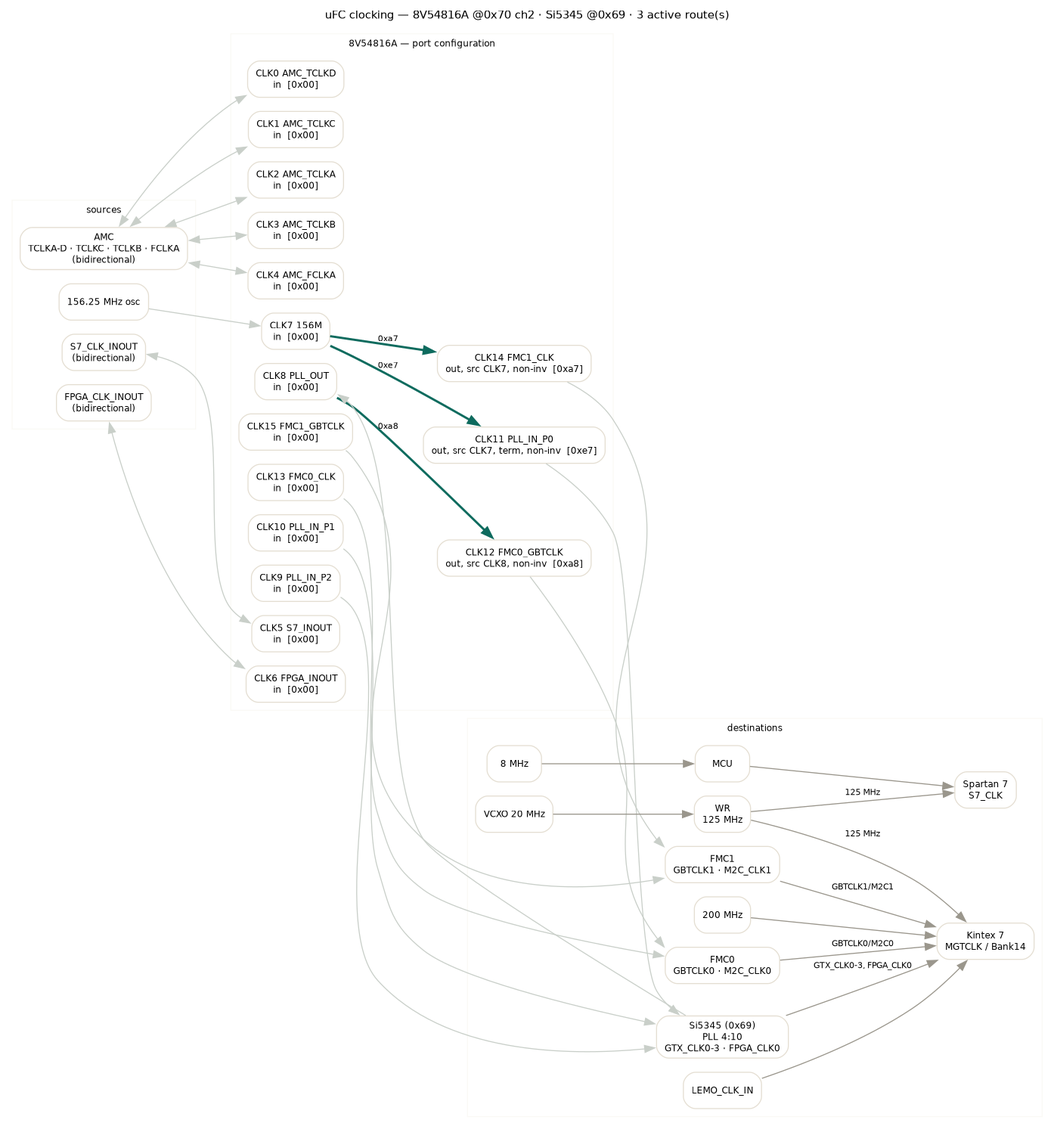
palzhj/openMMC_uFC keeps this Graphviz diagram as docs/clocking.png. Above is the earlier version. Its source is kept beside it as docs/clocking.dot.
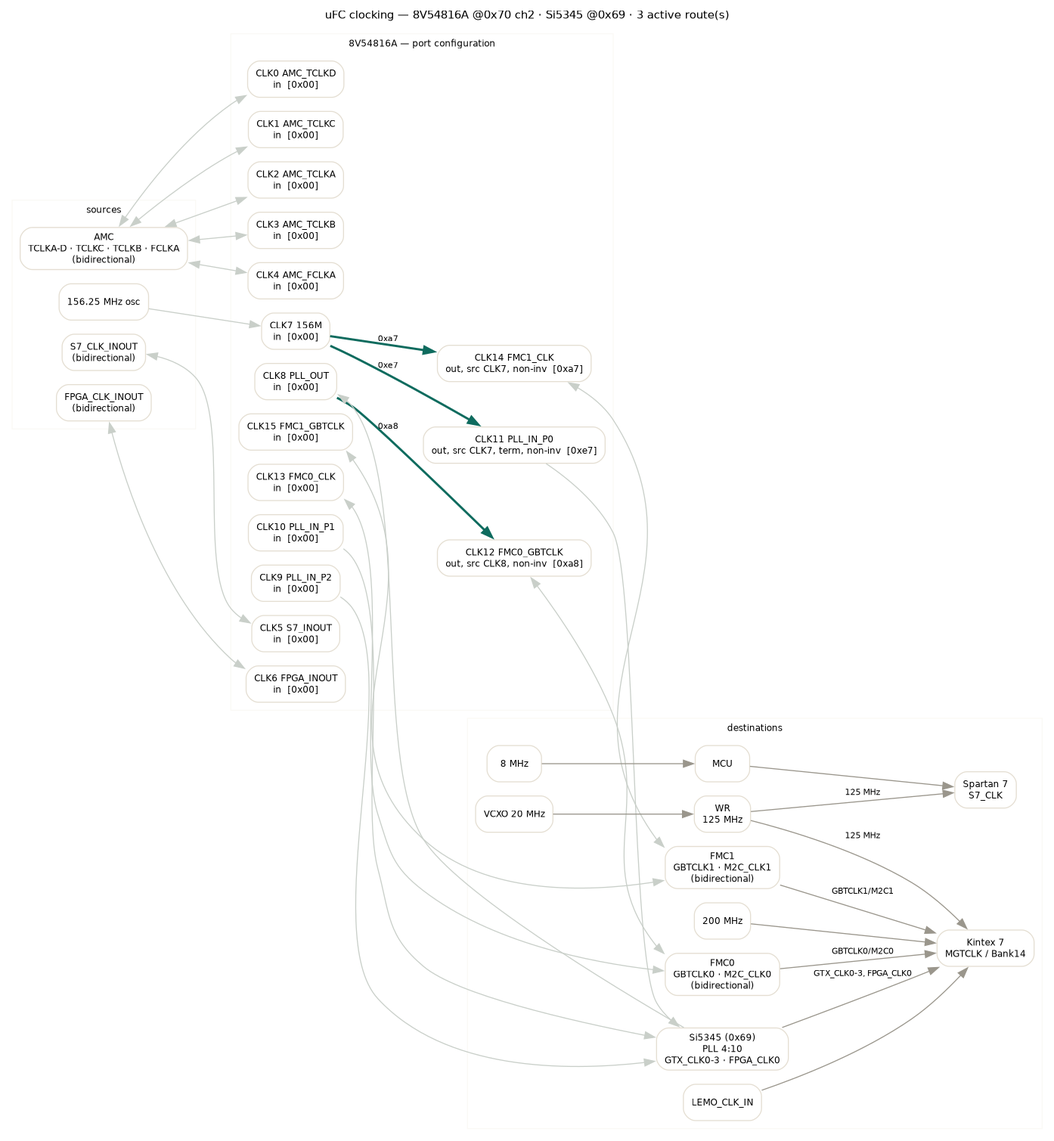
After the change.

The edit, as a diff of the source:
```diff
@@ -53,9 +53,11 @@
 PLL 4:10
 GTX_CLK0-3 · FPGA_CLK0"];
     FMC0 [label="FMC0
-GBTCLK0 · M2C_CLK0"];
+GBTCLK0 · M2C_CLK0
+(bidirectional)"];
     FMC1 [label="FMC1
-GBTCLK1 · M2C_CLK1"];
+GBTCLK1 · M2C_CLK1
+(bidirectional)"];
     S7 [label="Spartan 7
 S7_CLK"]; K7 [label="Kintex 7
 MGTCLK / Bank14"];
@@ -75,10 +77,10 @@
   n9 -> SI [color="#C9CFC9"];
   n10 -> SI [color="#C9CFC9"];
   n11 -> SI [color="#C9CFC9"];
-  n12 -> FMC0 [color="#C9CFC9"];
-  n13 -> FMC0 [color="#C9CFC9"];
-  n14 -> FMC1 [color="#C9CFC9"];
-  n15 -> FMC1 [color="#C9CFC9"];
+  n12 -> FMC0 [color="#C9CFC9", dir="both"];
+  n13 -> FMC0 [color="#C9CFC9", dir="both"];
+  n14 -> FMC1 [color="#C9CFC9", dir="both"];
+  n15 -> FMC1 [color="#C9CFC9", dir="both"];
   SI -> K7 [label="GTX_CLK0-3, FPGA_CLK0"];
   SI -> SI [style=invis];
   FMC0 -> K7 [label="GBTCLK0/M2C0"];
```
